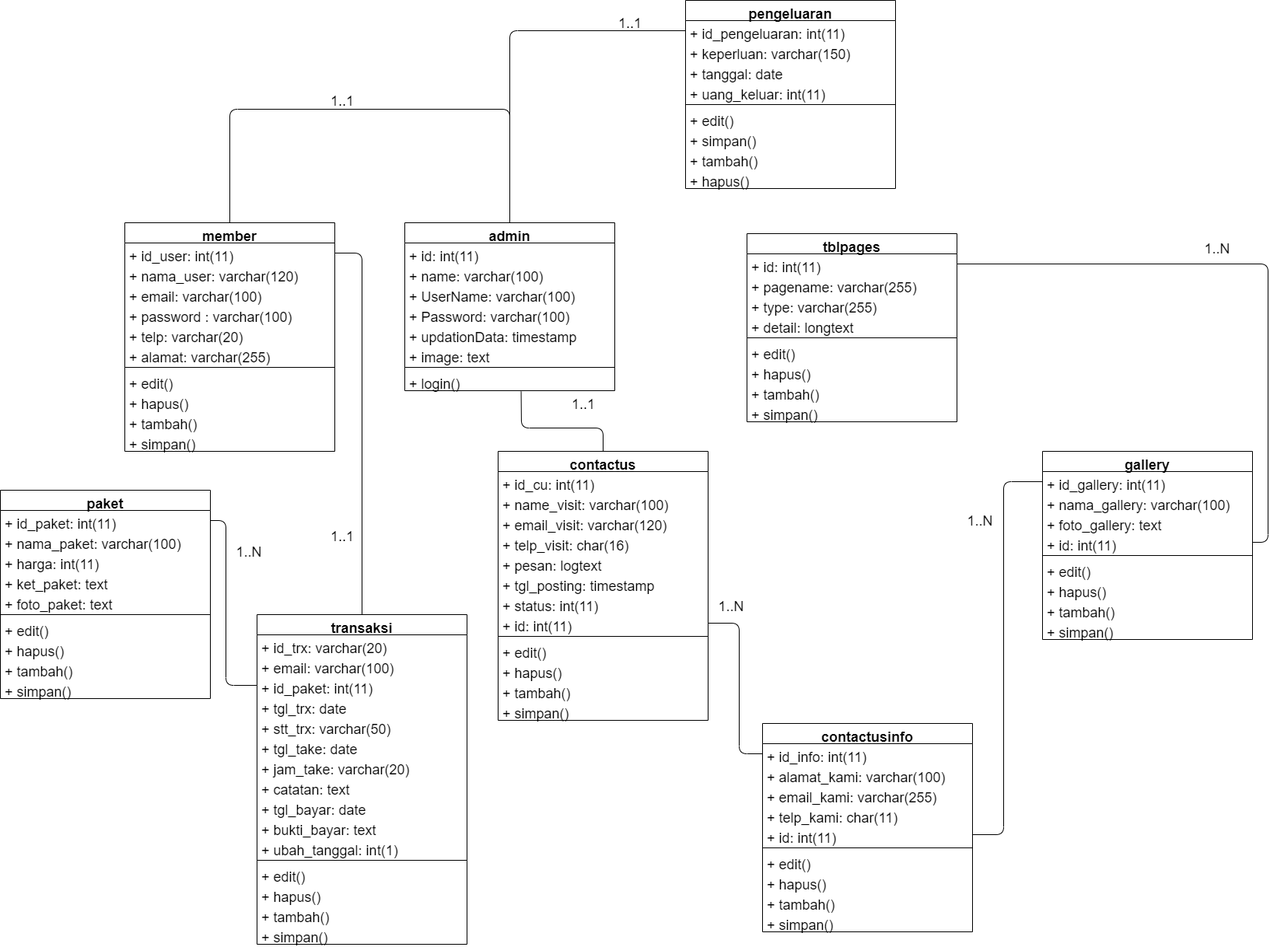
Khairul122/JK-WebPemesananJasaFotografer-ED keeps this draw.io diagram as SKRIPSI TARMIZI MAULANA/ARSIP/CLASS DIAGRAM/DIAGRAM SKIRPSI TARMIZI MAULANA-CLASS DIAGRAM.png. Above is the earlier version. Source tidied: cells renumbered, new cells last; positions are measured from the earlier drawing's top-left corner, leaving out a move shared by most shapes.
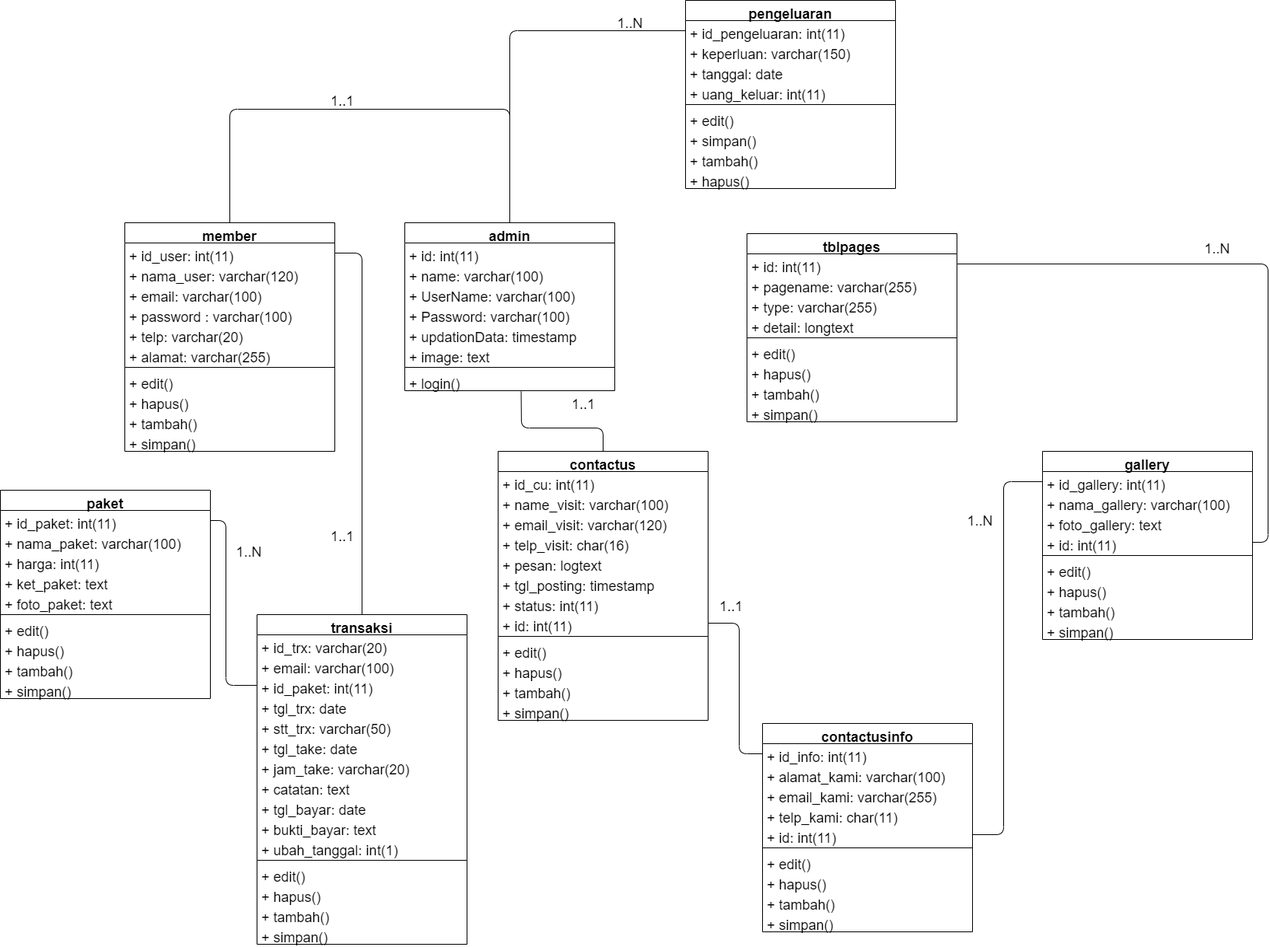
The same diagram one commit later.

What changed in the source:
```diff
@@ -303,7 +303,7 @@
         </Array>
       </mxGeometry>
     </mxCell>
-    <mxCell id="99" value="&lt;font style=&quot;font-size: 18px;&quot;&gt;1..N&lt;/font&gt;" style="text;html=1;strokeColor=none;fillColor=none;align=center;verticalAlign=middle;whiteSpace=wrap;rounded=0;fontSize=18;" parent="1" vertex="1">
+    <mxCell id="99" value="&lt;font style=&quot;font-size: 18px&quot;&gt;1..1&lt;/font&gt;" style="text;html=1;strokeColor=none;fillColor=none;align=center;verticalAlign=middle;whiteSpace=wrap;rounded=0;fontSize=18;" parent="1" vertex="1">
       <mxGeometry x="920" y="770" width="40" height="20" as="geometry" />
     </mxCell>
     <mxCell id="100" style="endArrow=none;html=1;exitX=1;exitY=0.5;exitDx=0;exitDy=0;entryX=0;entryY=0.5;entryDx=0;entryDy=0;fontSize=18;" parent="1" edge="1" source="30" target="37">
@@ -397,7 +397,7 @@
         </Array>
       </mxGeometry>
     </mxCell>
-    <mxCell id="121" value="&lt;font style=&quot;font-size: 18px;&quot;&gt;1..1&lt;/font&gt;" style="text;html=1;strokeColor=none;fillColor=none;align=center;verticalAlign=middle;whiteSpace=wrap;rounded=0;fontSize=18;" parent="1" vertex="1">
+    <mxCell id="121" value="&lt;font style=&quot;font-size: 18px&quot;&gt;1..N&lt;/font&gt;" style="text;html=1;strokeColor=none;fillColor=none;align=center;verticalAlign=middle;whiteSpace=wrap;rounded=0;fontSize=18;" parent="1" vertex="1">
       <mxGeometry x="790" y="20" width="40" height="20" as="geometry" />
     </mxCell>
   </root>
```
